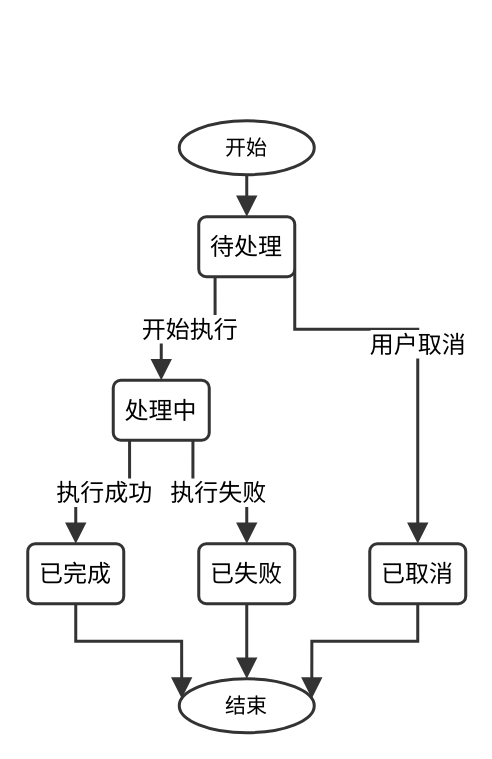
The draw.io diagram system/skills/uml-diagrams-new/examples/preview/state-task-lifecycle.drawio in willyu1007/AI-Related-Auxiliary, before the edit. Source tidied: cells renumbered, new cells numbered last; positions are measured from the earlier drawing's top-left corner, leaving out a move shared by most shapes. Both pictures are drawn from the tidied source at 150%, with x=0, y=0 at pixel (27, 120).
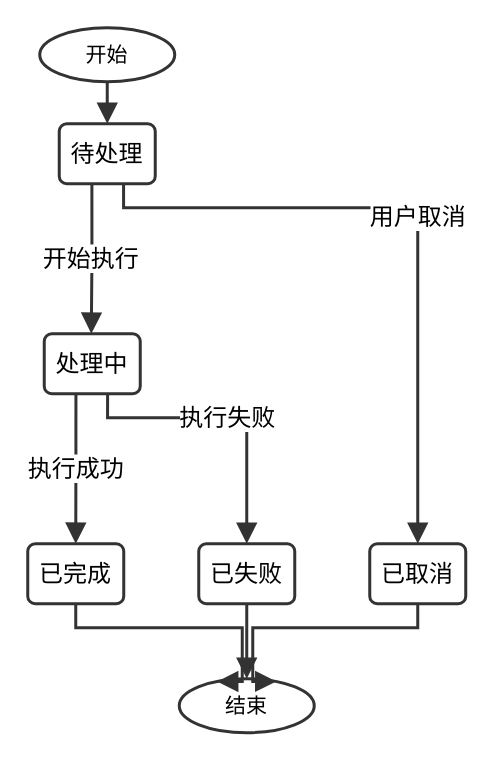
The same diagram, later.

The change refers to these unchanged cells:
```xml
<mxCell id="5" value="已完成" style="rounded=1;absoluteArcSize=1;arcSize=10;html=1;whiteSpace=wrap;strokeWidth=2;fillColor=#ffffff;strokeColor=#333333;fontColor=#000000;fontFamily=Microsoft YaHei;fontSize=16;" parent="1" vertex="1">
  <mxGeometry y="282" width="64" height="40" as="geometry" />
</mxCell>
<mxCell id="6" value="已失败" style="rounded=1;absoluteArcSize=1;arcSize=10;html=1;whiteSpace=wrap;strokeWidth=2;fillColor=#ffffff;strokeColor=#333333;fontColor=#000000;fontFamily=Microsoft YaHei;fontSize=16;" parent="1" vertex="1">
  <mxGeometry x="114" y="282" width="64" height="40" as="geometry" />
</mxCell>
<mxCell id="7" value="已取消" style="rounded=1;absoluteArcSize=1;arcSize=10;html=1;whiteSpace=wrap;strokeWidth=2;fillColor=#ffffff;strokeColor=#333333;fontColor=#000000;fontFamily=Microsoft YaHei;fontSize=16;" parent="1" vertex="1">
  <mxGeometry x="228" y="282" width="64" height="40" as="geometry" />
</mxCell>
<mxCell id="8" value="结束" style="ellipse;html=1;whiteSpace=wrap;fillColor=#ffffff;strokeColor=#333333;strokeWidth=2;fontFamily=Microsoft YaHei;fontSize=14;fontColor=#000000;align=center;verticalAlign=middle;" parent="1" vertex="1">
  <mxGeometry x="101" y="372" width="90" height="36" as="geometry" />
</mxCell>
```

Change to the diagram source:
```diff
@@
     <mxCell id="2" value="开始" style="ellipse;html=1;whiteSpace=wrap;fillColor=#ffffff;strokeColor=#333333;strokeWidth=2;fontFamily=Microsoft YaHei;fontSize=14;fontColor=#000000;align=center;verticalAlign=middle;" parent="1" vertex="1">
-      <mxGeometry x="101" width="90" height="36" as="geometry" />
+      <mxGeometry x="8" y="-62" width="90" height="36" as="geometry" />
     </mxCell>
     <mxCell id="3" value="待处理" style="rounded=1;absoluteArcSize=1;arcSize=10;html=1;whiteSpace=wrap;strokeWidth=2;fillColor=#ffffff;strokeColor=#333333;fontColor=#000000;fontFamily=Microsoft YaHei;fontSize=16;" parent="1" vertex="1">
-      <mxGeometry x="114" y="64" width="64" height="40" as="geometry" />
+      <mxGeometry x="21" y="2" width="64" height="40" as="geometry" />
     </mxCell>
     <mxCell id="4" value="处理中" style="rounded=1;absoluteArcSize=1;arcSize=10;html=1;whiteSpace=wrap;strokeWidth=2;fillColor=#ffffff;strokeColor=#333333;fontColor=#000000;fontFamily=Microsoft YaHei;fontSize=16;" parent="1" vertex="1">
-      <mxGeometry x="57" y="173" width="64" height="40" as="geometry" />
+      <mxGeometry x="11" y="142" width="64" height="40" as="geometry" />
     </mxCell>
@@
-    <mxCell id="10" value="开始执行" style="curved=0;startArrow=none;endArrow=block;endSize=9;fillColor=none;strokeColor=#333333;html=1;fontSize=16;labelBackgroundColor=#ffffff;fontFamily=Microsoft YaHei;fontColor=#000000;exitX=0.17;exitY=1;entryX=0.5;entryY=0;strokeWidth=2;endFill=1;edgeStyle=orthogonalEdgeStyle;rounded=0;" parent="1" edge="1" source="3" target="4">
-      <mxGeometry relative="1" as="geometry">
-        <Array as="points">
-          <mxPoint x="89" y="139" />
-        </Array>
-      </mxGeometry>
+    <mxCell id="10" value="开始执行" style="curved=0;startArrow=none;endArrow=block;endSize=9;fillColor=none;strokeColor=#333333;html=1;fontSize=16;labelBackgroundColor=#ffffff;fontFamily=Microsoft YaHei;fontColor=#000000;exitX=0.34;exitY=1;entryX=0.49;entryY=0;strokeWidth=2;endFill=1;edgeStyle=orthogonalEdgeStyle;rounded=0;" parent="1" edge="1" source="3" target="4">
+      <mxGeometry relative="1" as="geometry" />
     </mxCell>
-    <mxCell id="11" value="执行成功" style="curved=0;startArrow=none;endArrow=block;endSize=9;fillColor=none;strokeColor=#333333;html=1;fontSize=16;labelBackgroundColor=#ffffff;fontFamily=Microsoft YaHei;fontColor=#000000;exitX=0.17;exitY=1;entryX=0.5;entryY=0;strokeWidth=2;endFill=1;edgeStyle=orthogonalEdgeStyle;rounded=0;" parent="1" edge="1" source="4" target="5">
-      <mxGeometry relative="1" as="geometry">
-        <Array as="points">
-          <mxPoint x="32" y="248" />
-        </Array>
-      </mxGeometry>
+    <mxCell id="11" value="执行成功" style="curved=0;startArrow=none;endArrow=block;endSize=9;fillColor=none;strokeColor=#333333;html=1;fontSize=16;labelBackgroundColor=#ffffff;fontFamily=Microsoft YaHei;fontColor=#000000;exitX=0.33;exitY=1;entryX=0.5;entryY=0;strokeWidth=2;endFill=1;edgeStyle=orthogonalEdgeStyle;rounded=0;" parent="1" edge="1" source="4" target="5">
+      <mxGeometry relative="1" as="geometry" />
     </mxCell>
-    <mxCell id="12" value="执行失败" style="curved=0;startArrow=none;endArrow=block;endSize=9;fillColor=none;strokeColor=#333333;html=1;fontSize=16;labelBackgroundColor=#ffffff;fontFamily=Microsoft YaHei;fontColor=#000000;exitX=0.83;exitY=1;entryX=0.5;entryY=0;strokeWidth=2;endFill=1;edgeStyle=orthogonalEdgeStyle;rounded=0;" parent="1" edge="1" source="4" target="6">
+    <mxCell id="12" value="执行失败" style="curved=0;startArrow=none;endArrow=block;endSize=9;fillColor=none;strokeColor=#333333;html=1;fontSize=16;labelBackgroundColor=#ffffff;fontFamily=Microsoft YaHei;fontColor=#000000;exitX=0.66;exitY=1;entryX=0.5;entryY=0;strokeWidth=2;endFill=1;edgeStyle=orthogonalEdgeStyle;rounded=0;" parent="1" edge="1" source="4" target="6">
       <mxGeometry relative="1" as="geometry">
         <Array as="points">
-          <mxPoint x="146" y="248" />
+          <mxPoint x="53" y="198" />
+          <mxPoint x="146" y="198" />
         </Array>
       </mxGeometry>
     </mxCell>
-    <mxCell id="13" value="用户取消" style="curved=0;startArrow=none;endArrow=block;endSize=9;fillColor=none;strokeColor=#333333;html=1;fontSize=16;labelBackgroundColor=#ffffff;fontFamily=Microsoft YaHei;fontColor=#000000;exitX=1;exitY=0.88;entryX=0.5;entryY=0;strokeWidth=2;endFill=1;edgeStyle=orthogonalEdgeStyle;rounded=0;" parent="1" edge="1" source="3" target="7">
+    <mxCell id="13" value="用户取消" style="curved=0;startArrow=none;endArrow=block;endSize=9;fillColor=none;strokeColor=#333333;html=1;fontSize=16;labelBackgroundColor=#ffffff;fontFamily=Microsoft YaHei;fontColor=#000000;exitX=0.67;exitY=1;entryX=0.5;entryY=0;strokeWidth=2;endFill=1;edgeStyle=orthogonalEdgeStyle;rounded=0;" parent="1" edge="1" source="3" target="7">
       <mxGeometry relative="1" as="geometry">
         <Array as="points">
-          <mxPoint x="260" y="139" />
-          <mxPoint x="260" y="193" />
-          <mxPoint x="260" y="248" />
+          <mxPoint x="64" y="58" />
+          <mxPoint x="260" y="58" />
         </Array>
       </mxGeometry>
     </mxCell>
-    <mxCell id="14" style="curved=0;startArrow=none;endArrow=block;endSize=9;fillColor=none;strokeColor=#333333;exitX=0.5;exitY=1;entryX=0;entryY=0.36;fontFamily=Microsoft YaHei;fontSize=14;fontColor=#000000;strokeWidth=2;labelBackgroundColor=#ffffff;endFill=1;edgeStyle=orthogonalEdgeStyle;rounded=0;" parent="1" edge="1" source="5" target="8">
+    <mxCell id="14" style="curved=0;startArrow=none;endArrow=block;endSize=9;fillColor=none;strokeColor=#333333;exitX=0.5;exitY=1;entryX=0.25;entryY=0;fontFamily=Microsoft YaHei;fontSize=14;fontColor=#000000;strokeWidth=2;labelBackgroundColor=#ffffff;endFill=1;edgeStyle=orthogonalEdgeStyle;rounded=0;" parent="1" edge="1" source="5" target="8">
       <mxGeometry relative="1" as="geometry">
         <Array as="points">
-          <mxPoint x="32" y="347" />
+          <mxPoint x="32" y="338" />
+          <mxPoint x="143" y="338" />
         </Array>
       </mxGeometry>
     </mxCell>
@@
-    <mxCell id="16" style="curved=0;startArrow=none;endArrow=block;endSize=9;fillColor=none;strokeColor=#333333;exitX=0.5;exitY=1;entryX=1;entryY=0.36;fontFamily=Microsoft YaHei;fontSize=14;fontColor=#000000;strokeWidth=2;labelBackgroundColor=#ffffff;endFill=1;edgeStyle=orthogonalEdgeStyle;rounded=0;" parent="1" edge="1" source="7" target="8">
+    <mxCell id="16" style="curved=0;startArrow=none;endArrow=block;endSize=9;fillColor=none;strokeColor=#333333;exitX=0.5;exitY=1;entryX=0.75;entryY=0;fontFamily=Microsoft YaHei;fontSize=14;fontColor=#000000;strokeWidth=2;labelBackgroundColor=#ffffff;endFill=1;edgeStyle=orthogonalEdgeStyle;rounded=0;" parent="1" edge="1" source="7" target="8">
       <mxGeometry relative="1" as="geometry">
         <Array as="points">
-          <mxPoint x="260" y="347" />
+          <mxPoint x="260" y="338" />
+          <mxPoint x="150" y="338" />
         </Array>
       </mxGeometry>
     </mxCell>
```
